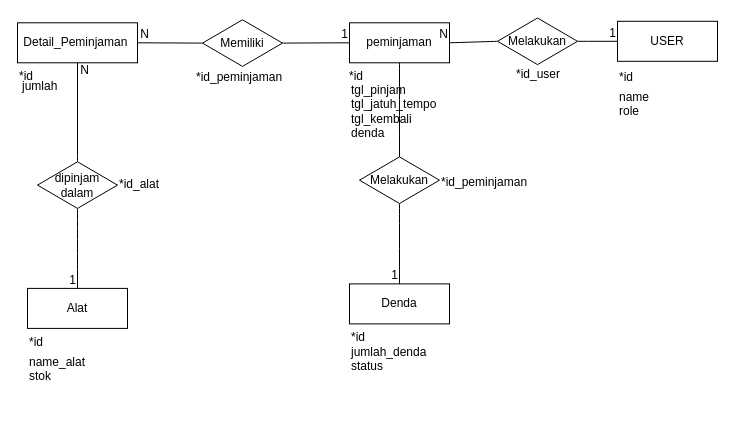
Fabthzz/Sistem-Peminjaman-Sirkulasi-Alat keeps this draw.io diagram as Fppkl.drawio. Above is the earlier version. Source tidied: cells renumbered, new cells numbered last; positions are measured from the earlier drawing's top-left corner, leaving out a move shared by most shapes. Both pictures are drawn from the tidied source at 100%, with x=0, y=0 at pixel (17, 18).
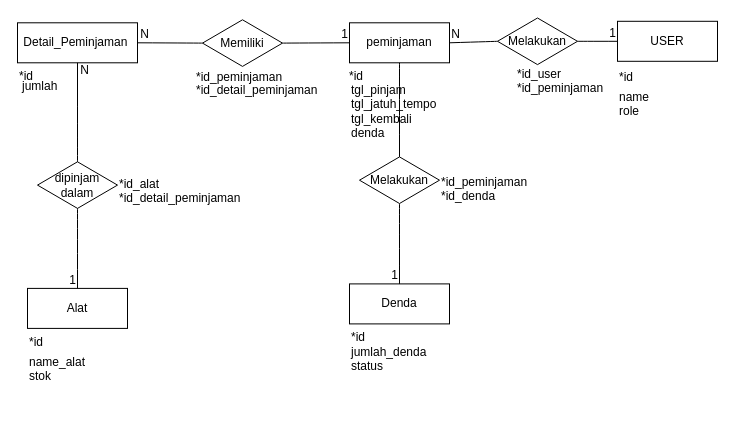
After the change.

Unchanged cells that the change refers to:
```xml
<mxCell id="28" style="endArrow=none;html=1;rounded=0;fontSize=12;startSize=8;endSize=8;curved=1;exitX=0;exitY=0.5;exitDx=0;exitDy=0;entryX=1;entryY=0.5;entryDx=0;entryDy=0;" parent="1" edge="1" source="18" target="4">
  <mxGeometry relative="1" as="geometry" />
</mxCell>
```

What changed in the source:
```diff
@@
     <mxCell id="29" value="N" style="html=1;whiteSpace=wrap;align=right;verticalAlign=bottom;" parent="28" vertex="1">
-      <mxGeometry x="1" relative="1" as="geometry" />
+      <mxGeometry x="1" relative="1" as="geometry">
+        <mxPoint x="12" as="offset" />
+      </mxGeometry>
     </mxCell>
@@
-    <mxCell id="39" value="*id_alat" style="text;whiteSpace=wrap;html=1;" parent="1" vertex="1">
-      <mxGeometry x="100" y="151.6" width="47" height="30" as="geometry" />
+    <mxCell id="39" value="*id_alat&lt;br&gt;*id_detail_peminjaman" style="text;whiteSpace=wrap;html=1;" parent="1" vertex="1">
+      <mxGeometry x="100" y="151.6" width="130" height="38.4" as="geometry" />
     </mxCell>
-    <mxCell id="40" value="*id_peminjaman" style="text;whiteSpace=wrap;html=1;" parent="1" vertex="1">
+    <mxCell id="40" value="*id_peminjaman&lt;div&gt;*id_denda&lt;/div&gt;" style="text;whiteSpace=wrap;html=1;" parent="1" vertex="1">
       <mxGeometry x="422" y="149.9" width="95" height="40" as="geometry" />
     </mxCell>
-    <mxCell id="41" value="*id_user" style="text;whiteSpace=wrap;html=1;" parent="1" vertex="1">
-      <mxGeometry x="497" y="42.3" width="60" height="40" as="geometry" />
+    <mxCell id="41" value="*id_user&lt;div&gt;*id_peminjaman&lt;/div&gt;" style="text;whiteSpace=wrap;html=1;" parent="1" vertex="1">
+      <mxGeometry x="498" y="42.3" width="92" height="40" as="geometry" />
     </mxCell>
+    <mxCell id="42" value="*id_detail_peminjaman" style="text;whiteSpace=wrap;html=1;" parent="1" vertex="1">
+      <mxGeometry x="177" y="58.3" width="50" height="40" as="geometry" />
+    </mxCell>
```
